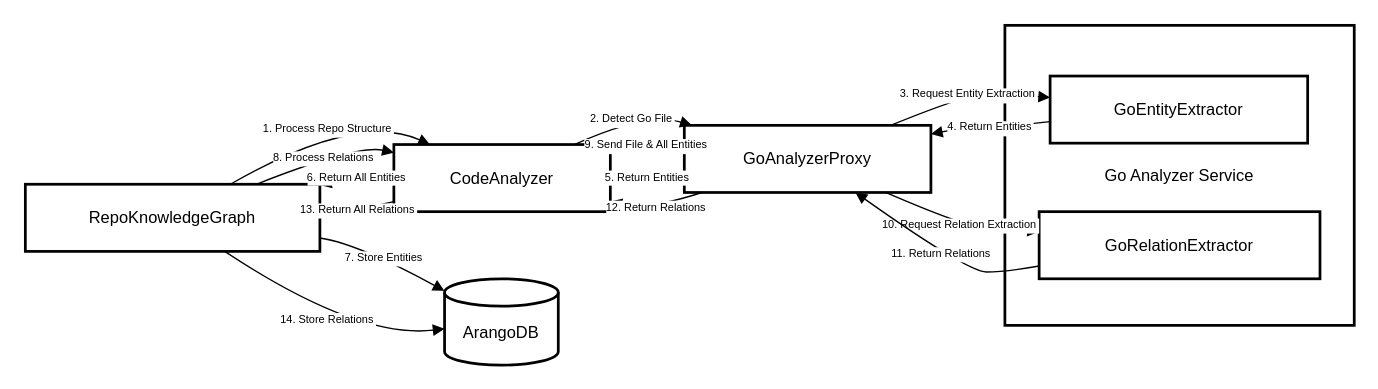
Earlier version of the draw.io diagram repo_kg_maintainer/code_analyze/docs/analyzer_integration_guide.drawio (JetXu-LLM/repo-graph-rag). Source tidied: cells renumbered, new cells numbered last; positions are measured from the earlier drawing's top-left corner, leaving out a move shared by most shapes. Both pictures are drawn from the tidied source at 137%, with x=0, y=0 at pixel (25, 25).
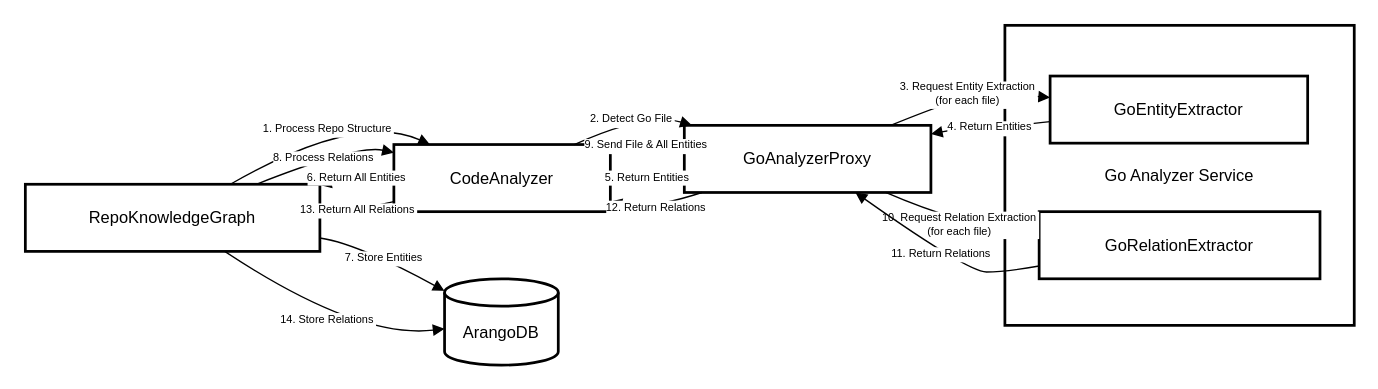
The same diagram, later.

Unchanged cells that the change refers to:
```xml
<mxCell id="5" value="GoAnalyzerProxy" style="whiteSpace=wrap;strokeWidth=2;" parent="1" vertex="1">
  <mxGeometry x="481" y="73" width="180" height="49" as="geometry" />
</mxCell>
<mxCell id="6" value="GoEntityExtractor" style="whiteSpace=wrap;strokeWidth=2;" parent="1" vertex="1">
  <mxGeometry x="748" y="37" width="188" height="49" as="geometry" />
</mxCell>
<mxCell id="7" value="GoRelationExtractor" style="whiteSpace=wrap;strokeWidth=2;" parent="1" vertex="1">
  <mxGeometry x="740" y="136" width="205" height="49" as="geometry" />
</mxCell>
```

The edit, as a diff of the source:
```diff
@@
-    <mxCell id="11" value="3. Request Entity Extraction" style="curved=1;startArrow=none;endArrow=block;exitX=0.83;exitY=0.01;entryX=0;entryY=0.32;rounded=0;fontSize=8;" parent="1" edge="1" source="5" target="6">
+    <mxCell id="11" value="3. Request Entity Extraction&#10;(for each file)" style="curved=1;startArrow=none;endArrow=block;exitX=0.83;exitY=0.01;entryX=0;entryY=0.32;rounded=0;fontSize=8;" parent="1" edge="1" source="5" target="6">
       <mxGeometry relative="1" as="geometry">
         <Array as="points">
           <mxPoint x="688" y="50" />
           <mxPoint x="715" y="50" />
         </Array>
       </mxGeometry>
     </mxCell>
@@
-    <mxCell id="18" value="10. Request Relation Extraction" style="curved=1;startArrow=none;endArrow=block;exitX=0.81;exitY=0.99;entryX=0;entryY=0.3;rounded=0;fontSize=8;" parent="1" edge="1" source="5" target="7">
+    <mxCell id="18" value="10. Request Relation Extraction&#10;(for each file)" style="curved=1;startArrow=none;endArrow=block;exitX=0.81;exitY=0.99;entryX=0;entryY=0.3;rounded=0;fontSize=8;" parent="1" edge="1" source="5" target="7">
       <mxGeometry relative="1" as="geometry">
         <Array as="points">
           <mxPoint x="688" y="148" />
-          <mxPoint x="715" y="148" />
         </Array>
       </mxGeometry>
     </mxCell>
```
